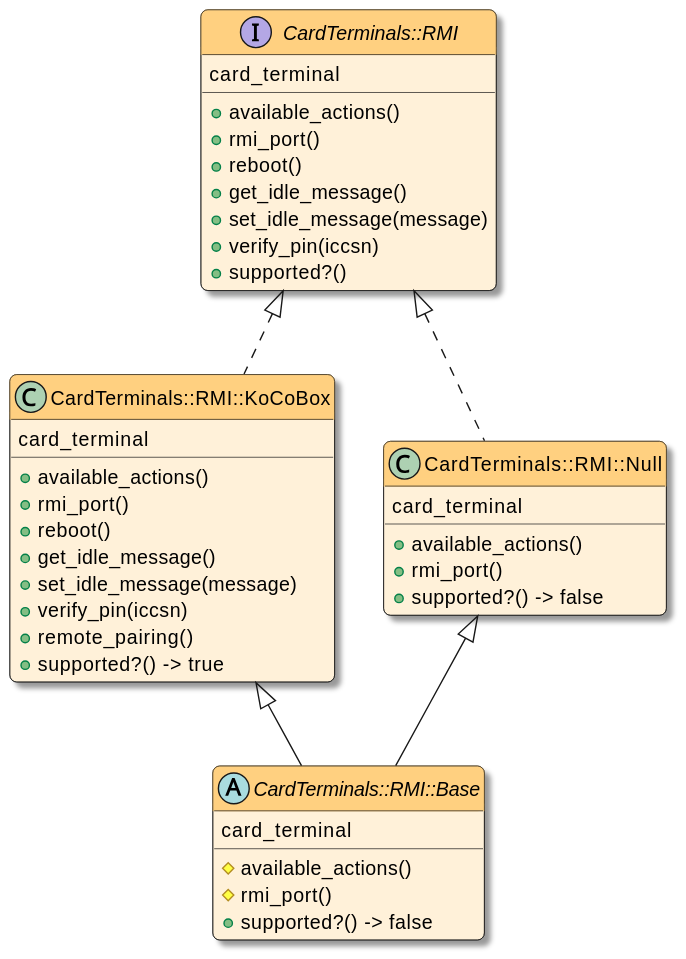
This is docs/devnotes/_images/card_terminals/rmi.svg from swobspace/cocard, a PlantUML export, as it was before one commit.
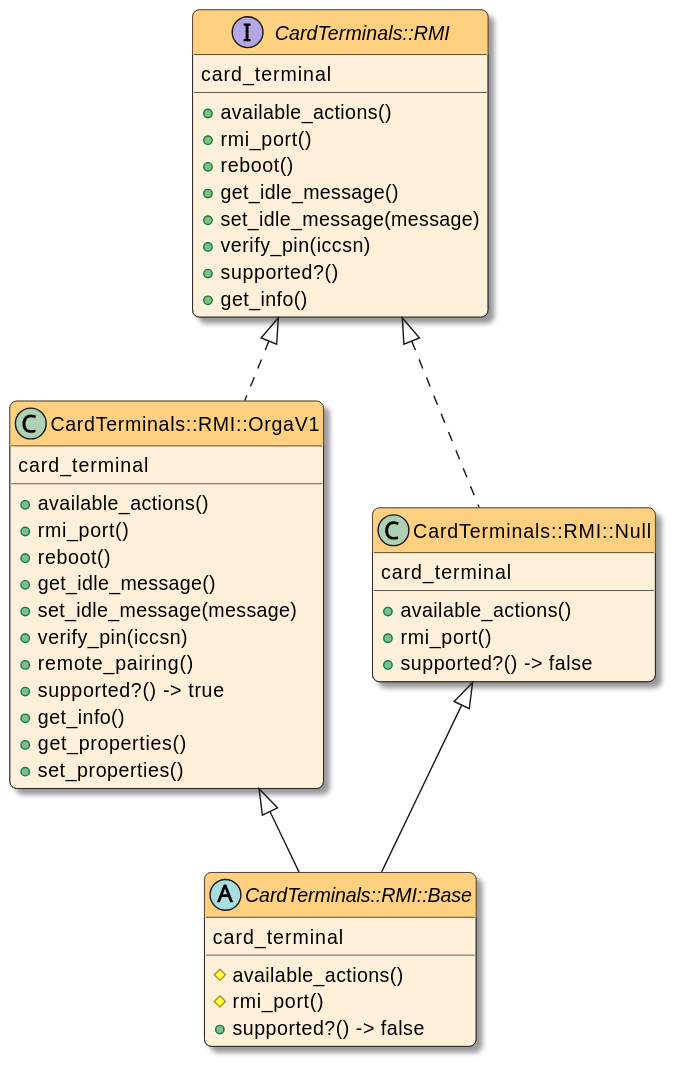
The same diagram one commit later.

Commit message:
update structure diagram

Diff of the diagram source:
```diff
@@ -12,9 +12,10 @@
   +set_idle_message(message)
   +verify_pin(iccsn)
   +supported?()
+  +get_info()
 }
 
-class "CardTerminals::RMI::KoCoBox" as rmi_koco {
+class "CardTerminals::RMI::OrgaV1" as rmi_koco {
   card_terminal
   +available_actions()
   +rmi_port()
@@ -24,6 +25,9 @@
   +verify_pin(iccsn)
   +remote_pairing()
   +supported?() -> true
+  +get_info()
+  +get_properties()
+  +set_properties()
 }
 
 class "CardTerminals::RMI::Null" as rmi_null {
```
